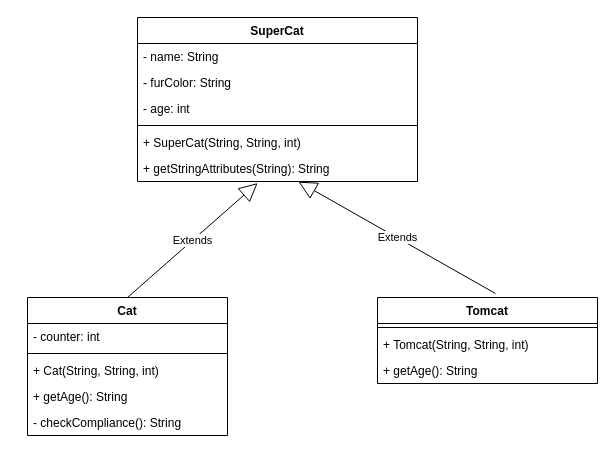
Above: page "SuperCat" (3 of 3) of klassendiagramm.drawio in 02-OOP-ComCaveDD/03a_Inheritance_Vererbung (draw.io), before the change. Source tidied: cells renumbered, new cells numbered last; positions are measured from the earlier drawing's top-left corner, leaving out a move shared by most shapes. Both pictures are drawn from the tidied source at 100%, with x=0, y=0 at pixel (27, 17).
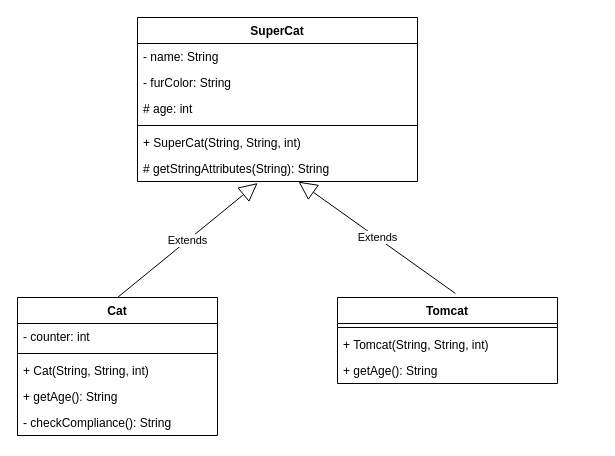
Above is the later version.

Unchanged cells that the change refers to:
```xml
<mxCell id="12" value="SuperCat" style="swimlane;fontStyle=1;align=center;verticalAlign=top;horizontal=1;startSize=26;" parent="1" vertex="1">
  <mxGeometry x="110" width="280" height="164" as="geometry" />
</mxCell>
```

What changed in the source:
```diff
@@
     <mxCell id="2" value="Cat" style="swimlane;fontStyle=1;align=center;verticalAlign=top;horizontal=1;startSize=26;" parent="1" vertex="1">
-      <mxGeometry y="280" width="200" height="138" as="geometry" />
+      <mxGeometry x="-10" y="280" width="200" height="138" as="geometry" />
     </mxCell>
@@
     <mxCell id="8" value="Tomcat" style="swimlane;fontStyle=1;align=center;verticalAlign=top;horizontal=1;startSize=26;" parent="1" vertex="1">
-      <mxGeometry x="350" y="280" width="220" height="86" as="geometry" />
+      <mxGeometry x="310" y="280" width="220" height="86" as="geometry" />
     </mxCell>
@@
-    <mxCell id="15" value="- age: int" style="text;strokeColor=none;fillColor=none;align=left;verticalAlign=top;spacingLeft=4;spacingRight=4;overflow=hidden;" parent="12" vertex="1">
+    <mxCell id="15" value="# age: int" style="text;strokeColor=none;fillColor=none;align=left;verticalAlign=top;spacingLeft=4;spacingRight=4;overflow=hidden;" parent="12" vertex="1">
       <mxGeometry y="78" width="280" height="26" as="geometry" />
     </mxCell>
@@
-    <mxCell id="18" value="+ getStringAttributes(String): String" style="text;strokeColor=none;fillColor=none;align=left;verticalAlign=top;spacingLeft=4;spacingRight=4;overflow=hidden;points=[[0,0.5],[1,0.5]];portConstraint=eastwest;" parent="12" vertex="1">
+    <mxCell id="18" value="# getStringAttributes(String): String" style="text;strokeColor=none;fillColor=none;align=left;verticalAlign=top;spacingLeft=4;spacingRight=4;overflow=hidden;points=[[0,0.5],[1,0.5]];portConstraint=eastwest;" parent="12" vertex="1">
       <mxGeometry y="138" width="280" height="26" as="geometry" />
     </mxCell>
```
